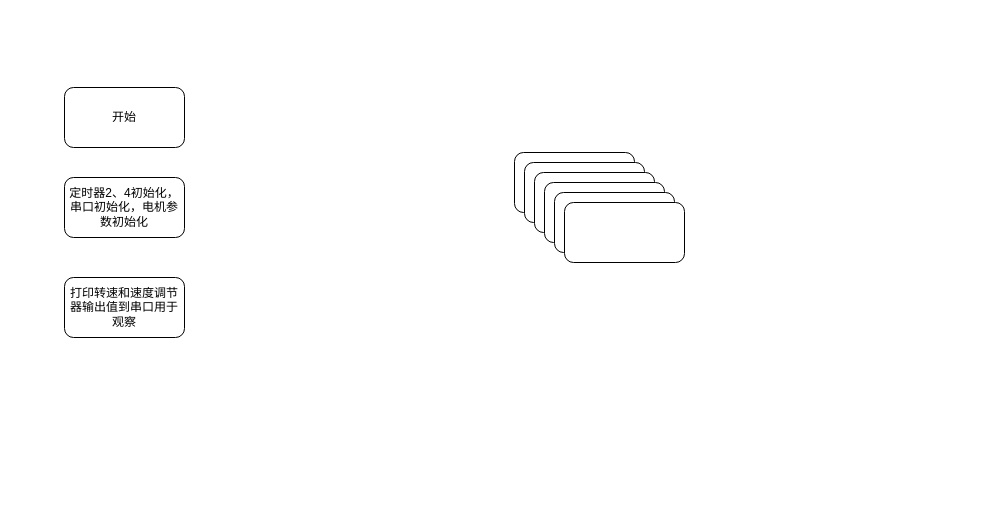
This is Untitled Diagram.drawio from mj-allk/mjalk, a draw.io file, before an edit. Source tidied: cells renumbered, new cells numbered last; positions are measured from the earlier drawing's top-left corner, leaving out a move shared by most shapes. Both pictures are drawn from the tidied source at 100%, with x=0, y=0 at pixel (64, 87).
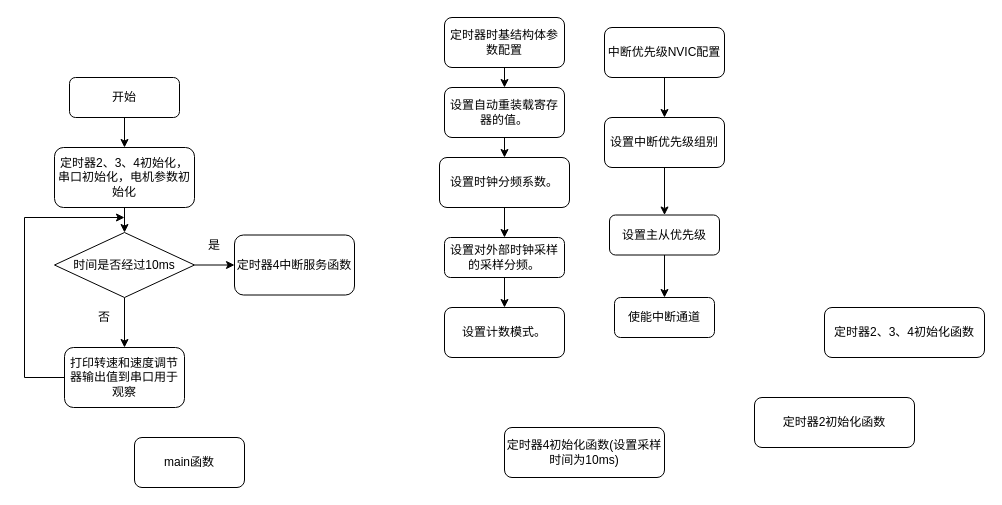
The same page after the edit.

Change to the diagram source:
```diff
@@
+    <mxCell id="11" style="edgeStyle=orthogonalEdgeStyle;rounded=0;jettySize=auto;html=1;exitX=0.5;exitY=1;exitDx=0;exitDy=0;entryX=0.5;entryY=0;entryDx=0;entryDy=0;" parent="1" edge="1" source="2" target="10">
+      <mxGeometry relative="1" as="geometry" />
+    </mxCell>
     <mxCell id="2" value="开始" style="rounded=1;whiteSpace=wrap;html=1;" parent="1" vertex="1">
-      <mxGeometry width="120" height="60" as="geometry" />
+      <mxGeometry x="5" y="-10" width="110" height="40" as="geometry" />
     </mxCell>
+    <mxCell id="12" style="edgeStyle=orthogonalEdgeStyle;rounded=0;jettySize=auto;html=1;" parent="1" edge="1" source="3" target="22">
+      <mxGeometry relative="1" as="geometry" />
+    </mxCell>
-    <mxCell id="3" style="rounded=1;whiteSpace=wrap;html=1;" parent="1" vertex="1">
-      <mxGeometry x="450" y="65" width="120" height="60" as="geometry" />
+    <mxCell id="3" value="设置对外部时钟采样的采样分频。" style="rounded=1;whiteSpace=wrap;html=1;" parent="1" vertex="1">
+      <mxGeometry x="380" y="150" width="120" height="40" as="geometry" />
     </mxCell>
+    <mxCell id="13" style="edgeStyle=orthogonalEdgeStyle;rounded=0;jettySize=auto;html=1;exitX=0.5;exitY=1;exitDx=0;exitDy=0;entryX=0.5;entryY=0;entryDx=0;entryDy=0;" parent="1" edge="1" source="4" target="3">
+      <mxGeometry relative="1" as="geometry" />
+    </mxCell>
-    <mxCell id="4" style="rounded=1;whiteSpace=wrap;html=1;" parent="1" vertex="1">
-      <mxGeometry x="460" y="75" width="120" height="60" as="geometry" />
+    <mxCell id="4" value="设置时钟分频系数。" style="rounded=1;whiteSpace=wrap;html=1;" parent="1" vertex="1">
+      <mxGeometry x="375" y="70" width="130" height="50" as="geometry" />
     </mxCell>
+    <mxCell id="14" style="edgeStyle=orthogonalEdgeStyle;rounded=0;jettySize=auto;html=1;exitX=0.5;exitY=1;exitDx=0;exitDy=0;entryX=0.5;entryY=0;entryDx=0;entryDy=0;" parent="1" edge="1" source="5" target="4">
+      <mxGeometry relative="1" as="geometry" />
+    </mxCell>
-    <mxCell id="5" style="rounded=1;whiteSpace=wrap;html=1;" parent="1" vertex="1">
-      <mxGeometry x="470" y="85" width="120" height="60" as="geometry" />
+    <mxCell id="5" value="设置自动重装载寄存器的值。" style="rounded=1;whiteSpace=wrap;html=1;" parent="1" vertex="1">
+      <mxGeometry x="380" width="120" height="50" as="geometry" />
     </mxCell>
-    <mxCell id="6" style="rounded=1;whiteSpace=wrap;html=1;" parent="1" vertex="1">
-      <mxGeometry x="480" y="95" width="120" height="60" as="geometry" />
+    <mxCell id="6" value="定时器4初始化函数(设置采样时间为10ms)" style="rounded=1;whiteSpace=wrap;html=1;" parent="1" vertex="1">
+      <mxGeometry x="440" y="340" width="160" height="50" as="geometry" />
     </mxCell>
-    <mxCell id="7" style="rounded=1;whiteSpace=wrap;html=1;" parent="1" vertex="1">
-      <mxGeometry x="490" y="105" width="120" height="60" as="geometry" />
+    <mxCell id="7" value="main函数" style="rounded=1;whiteSpace=wrap;html=1;" parent="1" vertex="1">
+      <mxGeometry x="70" y="350" width="110" height="50" as="geometry" />
     </mxCell>
-    <mxCell id="8" style="rounded=1;whiteSpace=wrap;html=1;" parent="1" vertex="1">
-      <mxGeometry x="500" y="115" width="120" height="60" as="geometry" />
+    <mxCell id="8" value="定时器4中断服务函数" style="rounded=1;whiteSpace=wrap;html=1;" parent="1" vertex="1">
+      <mxGeometry x="170" y="147.5" width="120" height="60" as="geometry" />
     </mxCell>
+    <mxCell id="15" style="edgeStyle=orthogonalEdgeStyle;rounded=0;jettySize=auto;html=1;exitX=0;exitY=0.5;exitDx=0;exitDy=0;" parent="1" edge="1" source="9">
+      <mxGeometry relative="1" as="geometry">
+        <mxPoint x="60" y="130" as="targetPoint" />
+        <Array as="points">
+          <mxPoint x="-40" y="290" />
+          <mxPoint x="-40" y="130" />
+        </Array>
+      </mxGeometry>
+    </mxCell>
     <mxCell id="9" value="打印转速和速度调节器输出值到串口用于观察" style="rounded=1;whiteSpace=wrap;html=1;" parent="1" vertex="1">
-      <mxGeometry y="190" width="120" height="60" as="geometry" />
+      <mxGeometry y="260" width="120" height="60" as="geometry" />
     </mxCell>
+    <mxCell id="16" style="edgeStyle=orthogonalEdgeStyle;rounded=0;jettySize=auto;html=1;exitX=0.5;exitY=1;exitDx=0;exitDy=0;entryX=0.5;entryY=0;entryDx=0;entryDy=0;" parent="1" edge="1" source="10" target="19">
+      <mxGeometry relative="1" as="geometry" />
+    </mxCell>
-    <mxCell id="10" value="定时器2、4初始化，串口初始化，电机参数初始化" style="rounded=1;whiteSpace=wrap;html=1;" parent="1" vertex="1">
-      <mxGeometry y="90" width="120" height="60" as="geometry" />
+    <mxCell id="10" value="定时器2、3、4初始化，串口初始化，电机参数初始化" style="rounded=1;whiteSpace=wrap;html=1;" parent="1" vertex="1">
+      <mxGeometry x="-10" y="60" width="140" height="60" as="geometry" />
     </mxCell>
+    <mxCell id="17" style="edgeStyle=orthogonalEdgeStyle;rounded=0;jettySize=auto;html=1;exitX=0.5;exitY=1;exitDx=0;exitDy=0;entryX=0.5;entryY=0;entryDx=0;entryDy=0;" parent="1" edge="1" source="19" target="9">
+      <mxGeometry relative="1" as="geometry" />
+    </mxCell>
+    <mxCell id="18" style="edgeStyle=orthogonalEdgeStyle;rounded=0;jettySize=auto;html=1;exitX=1;exitY=0.5;exitDx=0;exitDy=0;entryX=0;entryY=0.5;entryDx=0;entryDy=0;" parent="1" edge="1" source="19" target="8">
+      <mxGeometry relative="1" as="geometry" />
+    </mxCell>
+    <mxCell id="19" value="时间是否经过10ms" style="rhombus;whiteSpace=wrap;html=1;" parent="1" vertex="1">
+      <mxGeometry x="-10" y="145" width="140" height="65" as="geometry" />
+    </mxCell>
+    <mxCell id="20" value="否" style="text;html=1;strokeColor=none;fillColor=none;align=center;verticalAlign=middle;whiteSpace=wrap;rounded=0;" parent="1" vertex="1">
+      <mxGeometry x="20" y="220" width="40" height="20" as="geometry" />
+    </mxCell>
+    <mxCell id="21" value="是" style="text;html=1;strokeColor=none;fillColor=none;align=center;verticalAlign=middle;whiteSpace=wrap;rounded=0;" parent="1" vertex="1">
+      <mxGeometry x="130" y="147.5" width="40" height="20" as="geometry" />
+    </mxCell>
+    <mxCell id="22" value="设置计数模式。" style="rounded=1;whiteSpace=wrap;html=1;" parent="1" vertex="1">
+      <mxGeometry x="380" y="220" width="120" height="50" as="geometry" />
+    </mxCell>
+    <mxCell id="23" value="使能中断通道" style="rounded=1;whiteSpace=wrap;html=1;" parent="1" vertex="1">
+      <mxGeometry x="550" y="210" width="100" height="40" as="geometry" />
+    </mxCell>
+    <mxCell id="24" style="edgeStyle=orthogonalEdgeStyle;rounded=0;jettySize=auto;html=1;exitX=0.5;exitY=1;exitDx=0;exitDy=0;entryX=0.5;entryY=0;entryDx=0;entryDy=0;" parent="1" edge="1" source="25" target="23">
+      <mxGeometry relative="1" as="geometry" />
+    </mxCell>
+    <mxCell id="25" value="设置主从优先级" style="rounded=1;whiteSpace=wrap;html=1;" parent="1" vertex="1">
+      <mxGeometry x="545" y="127.5" width="110" height="40" as="geometry" />
+    </mxCell>
+    <mxCell id="26" style="edgeStyle=orthogonalEdgeStyle;rounded=0;jettySize=auto;html=1;exitX=0.5;exitY=1;exitDx=0;exitDy=0;entryX=0.5;entryY=0;entryDx=0;entryDy=0;" parent="1" edge="1" source="27" target="25">
+      <mxGeometry relative="1" as="geometry" />
+    </mxCell>
+    <mxCell id="27" value="设置中断优先级组别" style="rounded=1;whiteSpace=wrap;html=1;" parent="1" vertex="1">
+      <mxGeometry x="540" y="30" width="120" height="50" as="geometry" />
+    </mxCell>
+    <mxCell id="28" style="edgeStyle=orthogonalEdgeStyle;rounded=0;jettySize=auto;html=1;exitX=0.5;exitY=1;exitDx=0;exitDy=0;entryX=0.5;entryY=0;entryDx=0;entryDy=0;" parent="1" edge="1" source="29" target="27">
+      <mxGeometry relative="1" as="geometry" />
+    </mxCell>
+    <mxCell id="29" value="中断优先级NVIC配置" style="rounded=1;whiteSpace=wrap;html=1;" parent="1" vertex="1">
+      <mxGeometry x="540" y="-60" width="120" height="50" as="geometry" />
+    </mxCell>
+    <mxCell id="30" style="edgeStyle=orthogonalEdgeStyle;rounded=0;jettySize=auto;html=1;exitX=0.5;exitY=1;exitDx=0;exitDy=0;entryX=0.5;entryY=0;entryDx=0;entryDy=0;" parent="1" edge="1" source="31" target="5">
+      <mxGeometry relative="1" as="geometry" />
+    </mxCell>
+    <mxCell id="31" value="定时器时基结构体参数配置" style="rounded=1;whiteSpace=wrap;html=1;" parent="1" vertex="1">
+      <mxGeometry x="380" y="-70" width="120" height="50" as="geometry" />
+    </mxCell>
+    <mxCell id="32" value="定时器2、3、4初始化函数" style="rounded=1;whiteSpace=wrap;html=1;" parent="1" vertex="1">
+      <mxGeometry x="760" y="220" width="160" height="50" as="geometry" />
+    </mxCell>
+    <mxCell id="33" value="定时器2初始化函数" style="rounded=1;whiteSpace=wrap;html=1;" parent="1" vertex="1">
+      <mxGeometry x="690" y="310" width="160" height="50" as="geometry" />
+    </mxCell>
```
